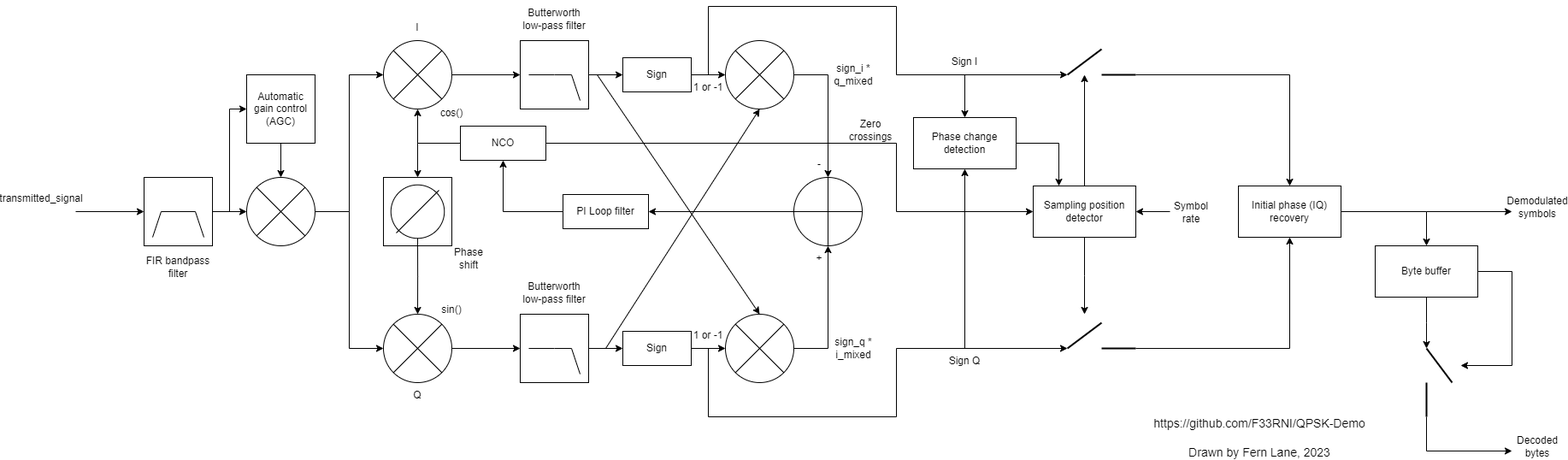
Above: drawio/demodulator.png in F33RNI/QPSK-Demo (draw.io), before the change. Source tidied: cells renumbered, new cells last; positions are measured from the earlier drawing's top-left corner, leaving out a move shared by most shapes.
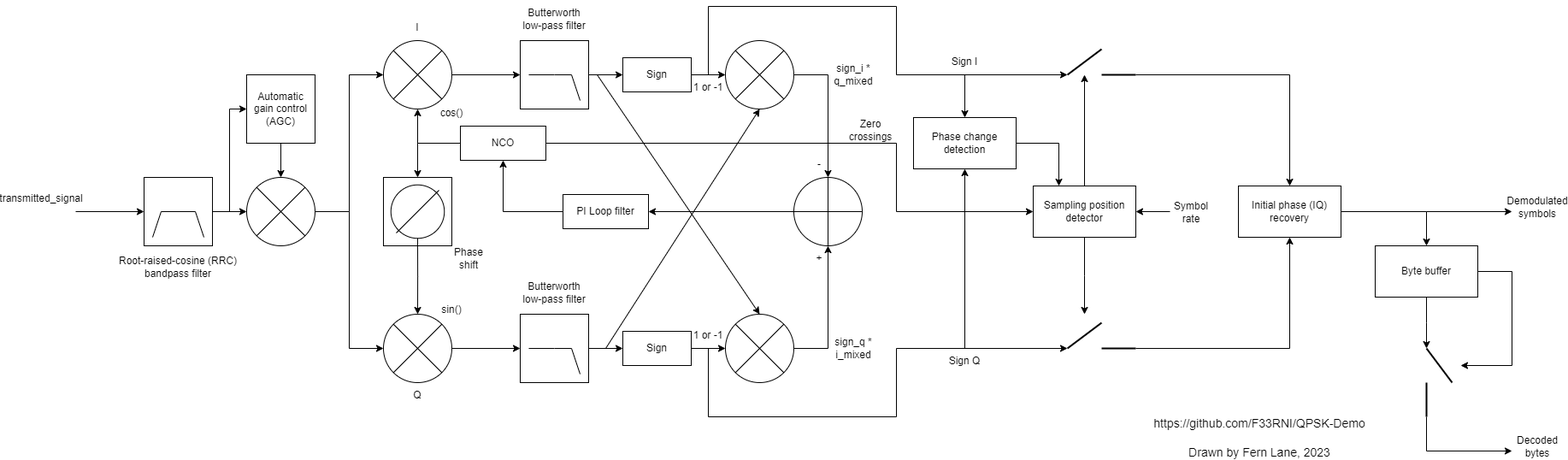
The same file after the commit.

Commit message:
Replace FIR filter with RRC

Diff of the diagram source:
```diff
@@ -55,9 +55,6 @@
         </Array>
       </mxGeometry>
     </mxCell>
-    <mxCell id="14" value="FIR bandpass filter" style="text;html=1;strokeColor=none;fillColor=none;align=center;verticalAlign=middle;whiteSpace=wrap;rounded=0;" parent="1" vertex="1">
-      <mxGeometry x="140" y="290" width="100" height="30" as="geometry" />
-    </mxCell>
     <mxCell id="15" style="edgeStyle=orthogonalEdgeStyle;rounded=0;jettySize=auto;html=1;entryX=0;entryY=0.5;entryDx=0;entryDy=0;strokeWidth=1;" parent="1" edge="1" source="17" target="22">
       <mxGeometry relative="1" as="geometry" />
     </mxCell>
@@ -404,5 +401,8 @@
         </Array>
       </mxGeometry>
     </mxCell>
+    <mxCell id="98" value="Root-raised-cosine (RRC) bandpass filter" style="text;html=1;strokeColor=none;fillColor=none;align=center;verticalAlign=middle;whiteSpace=wrap;rounded=0;" parent="1" vertex="1">
+      <mxGeometry x="115" y="290" width="150" height="30" as="geometry" />
+    </mxCell>
   </root>
 </mxGraphModel>
```
